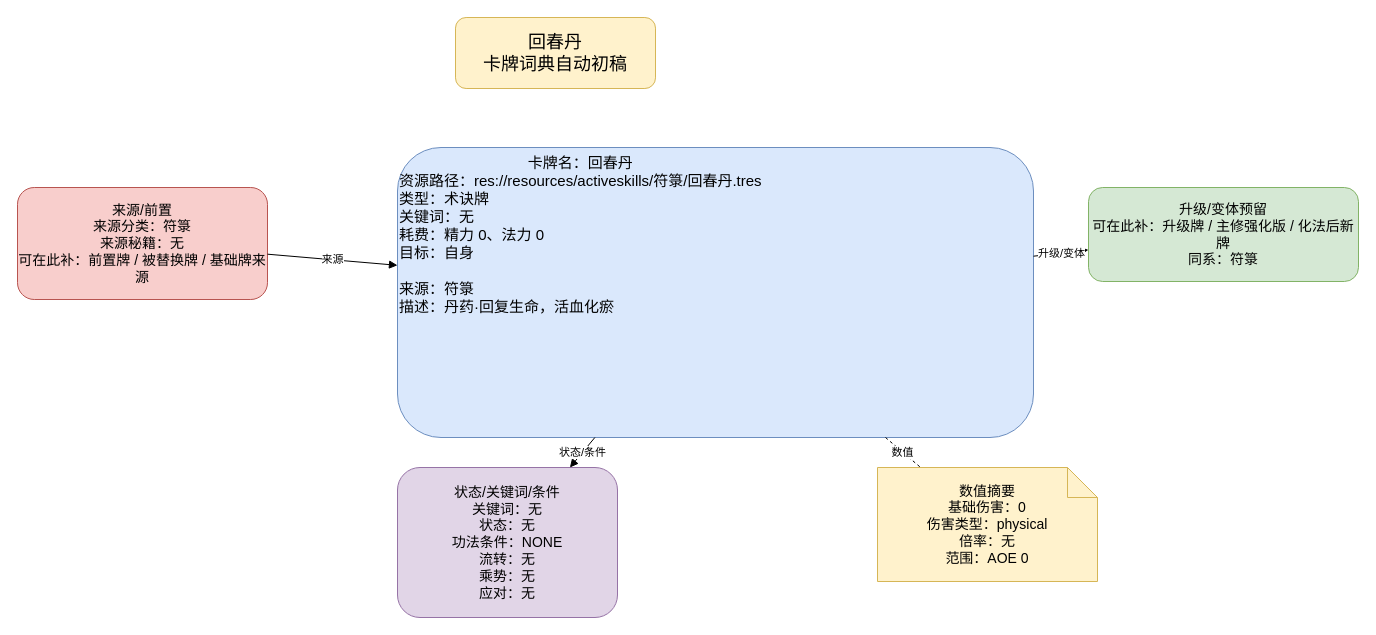
ankundanetracyc-spec/tian-guan-you-du keeps this draw.io diagram as docs/卡牌词典/符箓/回春丹.drawio. Above is the earlier version. Source tidied: cells renumbered, new cells numbered last; positions are measured from the earlier drawing's top-left corner, leaving out a move shared by most shapes. Both pictures are drawn from the tidied source at 100%, with x=0, y=0 at pixel (17, 17).
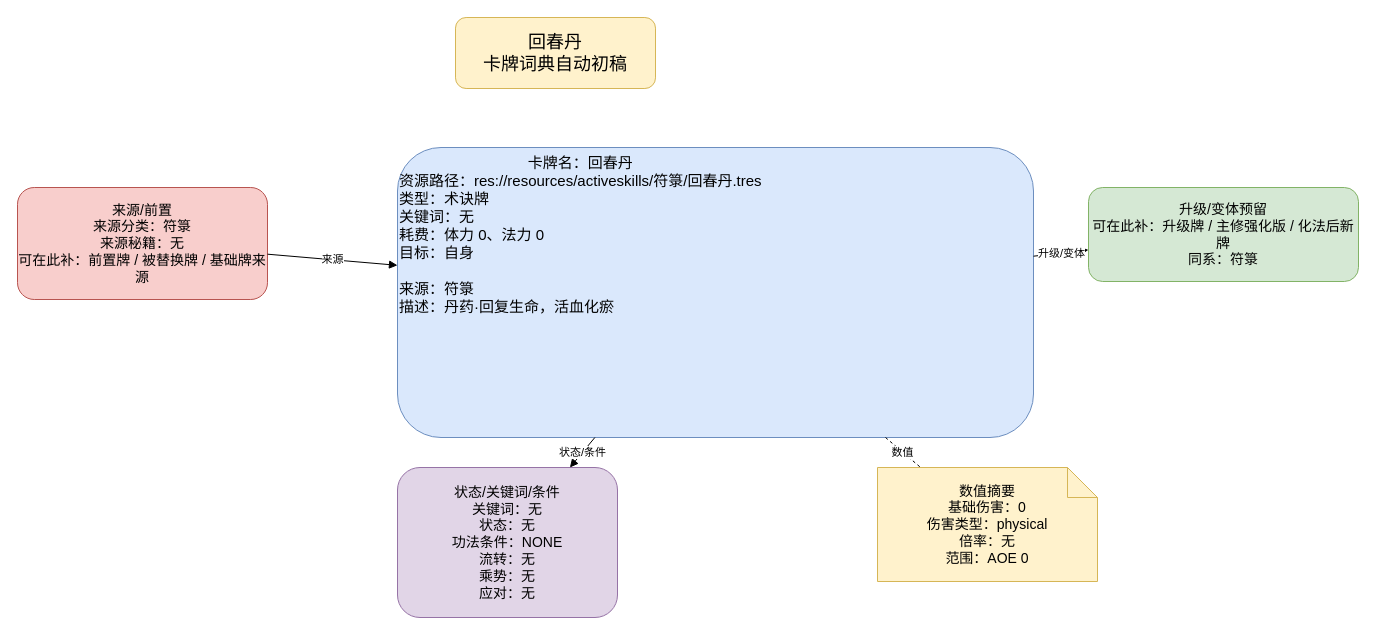
The same diagram, later.

Change to the diagram source:
```diff
@@
 <mxGraphModel>
   <root>
     <mxCell id="0" />
     <mxCell id="1" parent="0" />
     <mxCell id="2" value="回春丹&#10;卡牌词典自动初稿" style="rounded=1;whiteSpace=wrap;html=1;fillColor=#fff2cc;strokeColor=#d6b656;fontSize=18;" parent="1" vertex="1">
       <mxGeometry x="438" width="200" height="71" as="geometry" />
     </mxCell>
-    <mxCell id="3" value="&lt;div style=&quot;text-align:center;&quot;&gt;卡牌名：回春丹&lt;/div&gt;&lt;div style=&quot;text-align:left;&quot;&gt;资源路径：res://resources/activeskills/符箓/回春丹.tres&lt;br&gt;类型：术诀牌&lt;br&gt;关键词：无&lt;br&gt;耗费：精力 0、法力 0&lt;br&gt;目标：自身&lt;/div&gt;&lt;br&gt;来源：符箓&lt;br&gt;描述：丹药·回复生命，活血化瘀" style="rounded=1;whiteSpace=wrap;html=1;fillColor=#dae8fc;strokeColor=#6c8ebf;fontSize=15;align=left;verticalAlign=top;" parent="1" vertex="1">
+    <mxCell id="3" value="&lt;div style=&quot;text-align:center;&quot;&gt;卡牌名：回春丹&lt;/div&gt;&lt;div style=&quot;text-align:left;&quot;&gt;资源路径：res://resources/activeskills/符箓/回春丹.tres&lt;br&gt;类型：术诀牌&lt;br&gt;关键词：无&lt;br&gt;耗费：体力 0、法力 0&lt;br&gt;目标：自身&lt;/div&gt;&lt;br&gt;来源：符箓&lt;br&gt;描述：丹药·回复生命，活血化瘀" style="rounded=1;whiteSpace=wrap;html=1;fillColor=#dae8fc;strokeColor=#6c8ebf;fontSize=15;align=left;verticalAlign=top;" parent="1" vertex="1">
       <mxGeometry x="380" y="130" width="636" height="290" as="geometry" />
     </mxCell>
     <mxCell id="4" value="来源/前置&#10;来源分类：符箓&#10;来源秘籍：无&#10;可在此补：前置牌 / 被替换牌 / 基础牌来源" style="rounded=1;whiteSpace=wrap;html=1;fillColor=#f8cecc;strokeColor=#b85450;fontSize=14;" parent="1" vertex="1">
       <mxGeometry y="170" width="250" height="112" as="geometry" />
     </mxCell>
     <mxCell id="5" value="升级/变体预留&#10;可在此补：升级牌 / 主修强化版 / 化法后新牌&#10;同系：符箓" style="rounded=1;whiteSpace=wrap;html=1;fillColor=#d5e8d4;strokeColor=#82b366;fontSize=14;" parent="1" vertex="1">
       <mxGeometry x="1071" y="170" width="270" height="94" as="geometry" />
     </mxCell>
     <mxCell id="6" value="状态/关键词/条件&#10;关键词：无&#10;状态：无&#10;功法条件：NONE&#10;流转：无&#10;乘势：无&#10;应对：无" style="rounded=1;whiteSpace=wrap;html=1;fillColor=#e1d5e7;strokeColor=#9673a6;fontSize=14;" parent="1" vertex="1">
       <mxGeometry x="380" y="450" width="220" height="150" as="geometry" />
     </mxCell>
     <mxCell id="7" value="数值摘要&lt;br&gt;基础伤害：0&lt;br&gt;伤害类型：physical&lt;br&gt;倍率：无&lt;br&gt;范围：AOE 0" style="shape=note;whiteSpace=wrap;html=1;fillColor=#fff2cc;strokeColor=#d6b656;fontSize=14;" parent="1" vertex="1">
       <mxGeometry x="860" y="450" width="220" height="114" as="geometry" />
     </mxCell>
     <mxCell id="8" value="来源" style="endArrow=block;html=1;rounded=0;" parent="1" edge="1" source="4" target="3">
       <mxGeometry relative="1" as="geometry" />
     </mxCell>
     <mxCell id="9" value="升级/变体" style="endArrow=block;html=1;rounded=0;" parent="1" edge="1" source="3" target="5">
       <mxGeometry relative="1" as="geometry" />
     </mxCell>
     <mxCell id="10" value="状态/条件" style="endArrow=block;html=1;rounded=0;" parent="1" edge="1" source="3" target="6">
       <mxGeometry relative="1" as="geometry" />
     </mxCell>
     <mxCell id="11" value="数值" style="endArrow=none;dashed=1;html=1;" parent="1" edge="1" source="3" target="7">
       <mxGeometry relative="1" as="geometry" />
     </mxCell>
   </root>
 </mxGraphModel>
```
